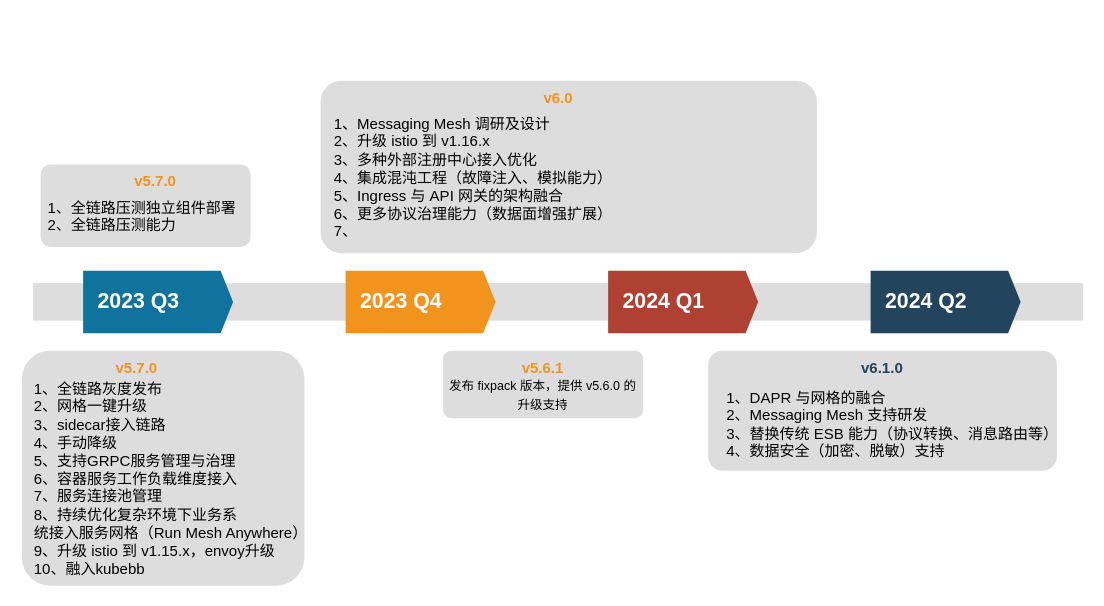
This is TDSF-roadmap.drawio from wangjinxiu/draw.io, a draw.io file, before an edit. Source tidied: cells renumbered, new cells numbered last; positions are measured from the earlier drawing's top-left corner, leaving out a move shared by most shapes. Both pictures are drawn from the tidied source at 125%, with x=0, y=0 at pixel (21, 80).
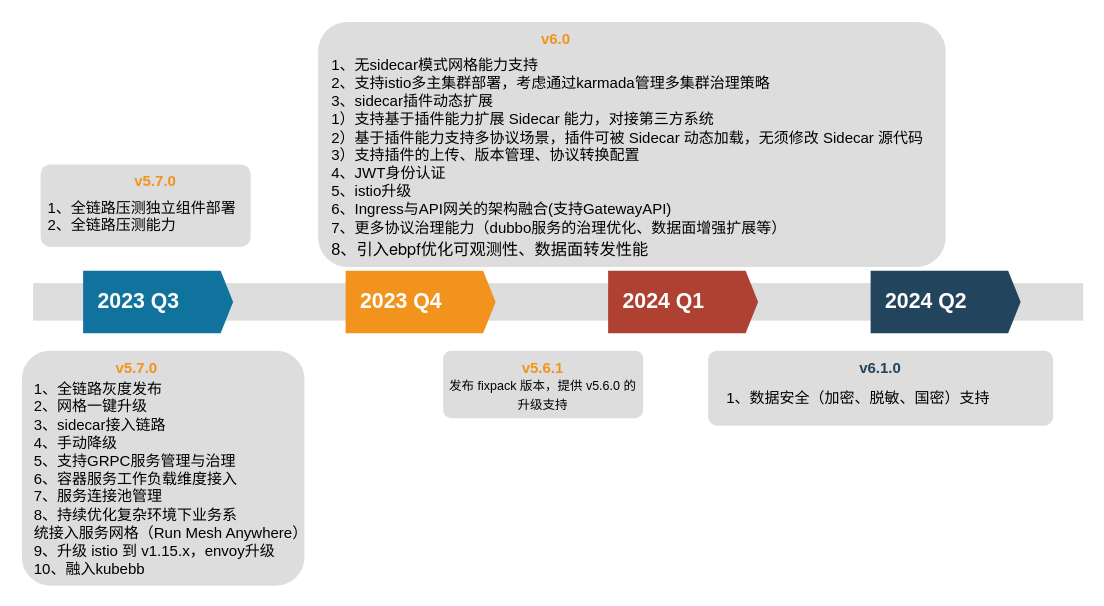
The same diagram, later.

The edit, as a diff of the source:
```diff
@@
 <mxGraphModel>
   <root>
     <mxCell id="0" />
     <mxCell id="1" parent="0" />
     <mxCell id="2" style="fillColor=#dddddd;rounded=0;strokeColor=none;" parent="1" vertex="1">
       <mxGeometry x="9" y="162" width="840" height="30" as="geometry" />
     </mxCell>
     <mxCell id="3" value="2023 Q3" style="shape=mxgraph.infographic.ribbonSimple;notch1=0;notch2=10;notch=0;html=1;fillColor=#10739E;strokeColor=none;shadow=0;fontSize=17;fontColor=#FFFFFF;align=left;spacingLeft=10;fontStyle=1;" parent="1" vertex="1">
       <mxGeometry x="49" y="152" width="120" height="50" as="geometry" />
     </mxCell>
     <mxCell id="4" value="2023 Q4" style="shape=mxgraph.infographic.ribbonSimple;notch1=0;notch2=10;notch=0;html=1;fillColor=#F2931E;strokeColor=none;shadow=0;fontSize=17;fontColor=#FFFFFF;align=left;spacingLeft=10;fontStyle=1;" parent="1" vertex="1">
       <mxGeometry x="259" y="152" width="120" height="50" as="geometry" />
     </mxCell>
     <mxCell id="5" value="2024 Q1" style="shape=mxgraph.infographic.ribbonSimple;notch1=0;notch2=10;notch=0;html=1;fillColor=#AE4132;strokeColor=none;shadow=0;fontSize=17;fontColor=#FFFFFF;align=left;spacingLeft=10;fontStyle=1;" parent="1" vertex="1">
       <mxGeometry x="469" y="152" width="120" height="50" as="geometry" />
     </mxCell>
     <mxCell id="6" value="2024 Q2" style="shape=mxgraph.infographic.ribbonSimple;notch1=0;notch2=10;notch=0;html=1;fillColor=#23445D;strokeColor=none;shadow=0;fontSize=17;fontColor=#FFFFFF;align=left;spacingLeft=10;fontStyle=1;" parent="1" vertex="1">
       <mxGeometry x="679" y="152" width="120" height="50" as="geometry" />
     </mxCell>
     <mxCell id="7" value="&lt;b style=&quot;color: rgb(242 , 147 , 30)&quot;&gt;&amp;nbsp; &amp;nbsp; &amp;nbsp; &amp;nbsp; &amp;nbsp; &amp;nbsp; &amp;nbsp; &amp;nbsp; &amp;nbsp; &amp;nbsp; &amp;nbsp; &amp;nbsp; &amp;nbsp; &amp;nbsp; &amp;nbsp; &amp;nbsp; &amp;nbsp; &amp;nbsp; &amp;nbsp; &amp;nbsp; &amp;nbsp; &amp;nbsp; &amp;nbsp; &amp;nbsp; &amp;nbsp; &amp;nbsp; &amp;nbsp;v6.0&lt;/b&gt;&lt;font color=&quot;#10739e&quot;&gt;&lt;span&gt;&lt;br&gt;&lt;br&gt;&lt;/span&gt;&lt;br&gt;&lt;/font&gt;" style="rounded=1;strokeColor=none;fillColor=#DDDDDD;align=left;arcSize=12;verticalAlign=top;whiteSpace=wrap;html=1;fontSize=12;fontStyle=1;" parent="1" vertex="1">
-      <mxGeometry x="239" width="397" height="138" as="geometry" />
+      <mxGeometry x="237" y="-47" width="502" height="196" as="geometry" />
     </mxCell>
     <mxCell id="8" value="&lt;font style=&quot;font-size: 10px&quot;&gt;&lt;font style=&quot;font-size: 12px&quot; color=&quot;#23445D&quot;&gt;&lt;b&gt;v6.1.0&lt;/b&gt;&lt;/font&gt;&lt;br&gt;&lt;br&gt;&lt;br&gt;&lt;/font&gt;" style="rounded=1;strokeColor=none;fillColor=#DDDDDD;align=center;arcSize=12;verticalAlign=top;whiteSpace=wrap;html=1;fontSize=12;" parent="1" vertex="1">
-      <mxGeometry x="549" y="216" width="279" height="96" as="geometry" />
+      <mxGeometry x="549" y="216" width="276" height="60" as="geometry" />
     </mxCell>
-    <mxCell id="9" value="1、Messaging Mesh 调研及设计&lt;br&gt;2、升级 istio 到 v1.16.x&lt;br&gt;3、多种外部注册中心接入优化&lt;br&gt;4、集成混沌工程（故障注入、模拟能力）&lt;br&gt;5、Ingress 与 API 网关的架构融合&lt;br&gt;6、更多协议治理能力（数据面增强扩展）&lt;br&gt;7、" style="text;html=1;" parent="1" vertex="1">
-      <mxGeometry x="247.5" y="21" width="380" height="112" as="geometry" />
+    <mxCell id="9" value="1、无sidecar模式网格能力支持&lt;br&gt;2、支持istio多主集群部署，考虑通过karmada管理多集群治理策略&lt;br&gt;3、sidecar插件动态扩展&lt;br&gt;1）支持基于插件能力扩展 Sidecar 能力，对接第三方系统&lt;br&gt;2）基于插件能力支持多协议场景，插件可被 Sidecar 动态加载，无须修改 Sidecar 源代码&lt;br&gt;3）支持插件的上传、版本管理、协议转换配置&lt;br&gt;4、JWT身份认证&lt;br&gt;5、istio升级&lt;br&gt;6、Ingress与API网关的架构融合(支持GatewayAPI)&lt;br&gt;7、更多协议治理能力（dubbo服务的治理优化、数据面增强扩展等）&lt;p style=&quot;margin: 0px; font-variant-numeric: normal; font-variant-east-asian: normal; font-variant-alternates: normal; font-kerning: auto; font-optical-sizing: auto; font-feature-settings: normal; font-variation-settings: normal; font-stretch: normal; font-size: 13px; line-height: normal; font-family: &amp;quot;PingFang SC&amp;quot;;&quot; class=&quot;p2&quot;&gt;8、引入&lt;span style=&quot;font-variant-numeric: normal; font-variant-east-asian: normal; font-variant-alternates: normal; font-kerning: auto; font-optical-sizing: auto; font-feature-settings: normal; font-variation-settings: normal; font-stretch: normal; line-height: normal; font-family: &amp;quot;Helvetica Neue&amp;quot;;&quot; class=&quot;s1&quot;&gt;ebpf&lt;/span&gt;优化可观测性、数据面转发性能&lt;/p&gt;" style="text;html=1;" parent="1" vertex="1">
+      <mxGeometry x="245.5" y="-26" width="380" height="112" as="geometry" />
     </mxCell>
-    <mxCell id="10" value="1、DAPR 与网格的融合&lt;br&gt;2、Messaging Mesh 支持研发&lt;br&gt;3、替换传统 ESB 能力（协议转换、消息路由等）&lt;br&gt;4、数据安全（加密、脱敏）支持" style="text;html=1;" parent="1" vertex="1">
+    <mxCell id="10" value="1、数据安全（加密、脱敏、国密）支持" style="text;html=1;" parent="1" vertex="1">
       <mxGeometry x="562" y="240" width="222" height="55" as="geometry" />
     </mxCell>
     <mxCell id="11" value="&lt;b style=&quot;color: rgb(242 , 147 , 30)&quot;&gt;&amp;nbsp; &amp;nbsp; &amp;nbsp; &amp;nbsp; &amp;nbsp; &amp;nbsp; &amp;nbsp; &amp;nbsp; &amp;nbsp; &amp;nbsp; &amp;nbsp; v5.7.0&lt;/b&gt;&lt;font color=&quot;#10739e&quot;&gt;&lt;span&gt;&lt;br&gt;&lt;br&gt;&lt;/span&gt;&lt;br&gt;&lt;/font&gt;" style="rounded=1;strokeColor=none;fillColor=#DDDDDD;align=left;arcSize=12;verticalAlign=top;whiteSpace=wrap;html=1;fontSize=12;fontStyle=1;" parent="1" vertex="1">
       <mxGeometry y="216" width="226" height="188" as="geometry" />
     </mxCell>
     <mxCell id="12" value="1、全链路灰度发布&lt;br&gt;2、网格一键升级&lt;br&gt;3、sidecar接入链路&lt;br&gt;4、手动降级&lt;br&gt;5、支持GRPC服务管理与治理&lt;br&gt;6、容器服务工作负载维度接入&lt;br&gt;7、服务连接池管理&lt;br&gt;8、持续优化复杂环境下业务系&lt;br&gt;统接入服务网格（Run Mesh Anywhere）&lt;br&gt;9、升级 istio 到 v1.15.x，envoy升级&lt;br&gt;10、融入kubebb&lt;br&gt;&lt;div&gt;&lt;/div&gt;" style="text;html=1;" parent="1" vertex="1">
       <mxGeometry x="7.5" y="233" width="217.5" height="139" as="geometry" />
     </mxCell>
     <mxCell id="13" value="&lt;font style=&quot;font-size: 10px&quot;&gt;&lt;font style=&quot;font-size: 12px&quot; color=&quot;#F2931E&quot;&gt;&lt;b&gt;v5.6.1&lt;br&gt;&lt;/b&gt;&lt;/font&gt;发布 fixpack 版本，提供 v5.6.0 的升级支持&lt;br&gt;&lt;/font&gt;" style="rounded=1;strokeColor=none;fillColor=#DDDDDD;align=center;arcSize=12;verticalAlign=top;whiteSpace=wrap;html=1;fontSize=12;" parent="1" vertex="1">
       <mxGeometry x="337" y="216" width="160" height="54" as="geometry" />
     </mxCell>
     <mxCell id="14" value="&lt;b style=&quot;color: rgb(242 , 147 , 30)&quot;&gt;&amp;nbsp; &amp;nbsp; &amp;nbsp; &amp;nbsp; &amp;nbsp; &amp;nbsp; &amp;nbsp; &amp;nbsp; &amp;nbsp; &amp;nbsp; &amp;nbsp; v5.7.0&lt;/b&gt;&lt;font color=&quot;#10739e&quot;&gt;&lt;span&gt;&lt;br&gt;&lt;br&gt;&lt;/span&gt;&lt;br&gt;&lt;/font&gt;" style="rounded=1;strokeColor=none;fillColor=#DDDDDD;align=left;arcSize=12;verticalAlign=top;whiteSpace=wrap;html=1;fontSize=12;fontStyle=1;" parent="1" vertex="1">
       <mxGeometry x="15" y="67" width="168" height="66" as="geometry" />
     </mxCell>
     <mxCell id="15" value="1、全链路压测独立组件部署&lt;br&gt;2、全链路压测能力&lt;br&gt;&lt;div&gt;&lt;/div&gt;" style="text;html=1;" parent="1" vertex="1">
       <mxGeometry x="18.5" y="88" width="161" height="27" as="geometry" />
     </mxCell>
   </root>
 </mxGraphModel>
```
